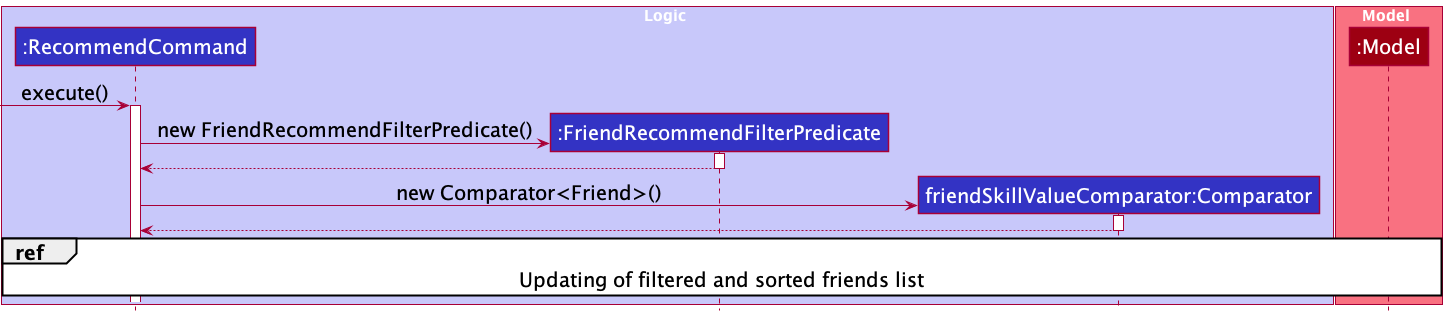
The PlantUML diagram docs/images/RecommendCommandSequenceDiagram1.png in nus-cs2103-AY2122S1/tp, before a commit. Its diagram source:
```plantuml
@startuml
!include style.puml
skinparam defaultFontSize 20

box Logic LOGIC_COLOR_T1
participant ":RecommendCommand" as RecommendCommand LOGIC_COLOR
participant ":FriendRecommendFilterPredicate" as FriendRecommendFilterPredicate LOGIC_COLOR
participant "friendSkillValueComparator:Comparator" as Comparator LOGIC_COLOR
end box

box Model MODEL_COLOR_T1
participant ":Model" as Model MODEL_COLOR
end box

-> RecommendCommand: execute()
activate RecommendCommand

create FriendRecommendFilterPredicate
RecommendCommand -> FriendRecommendFilterPredicate: new FriendRecommendFilterPredicate()
activate FriendRecommendFilterPredicate

RecommendCommand <-- FriendRecommendFilterPredicate
deactivate FriendRecommendFilterPredicate

create Comparator
RecommendCommand -> Comparator: new Comparator<Friend>()
activate Comparator

RecommendCommand <-- Comparator
deactivate Comparator

ref over RecommendCommand, Model: Updating of filtered and sorted friends list

@enduml
```
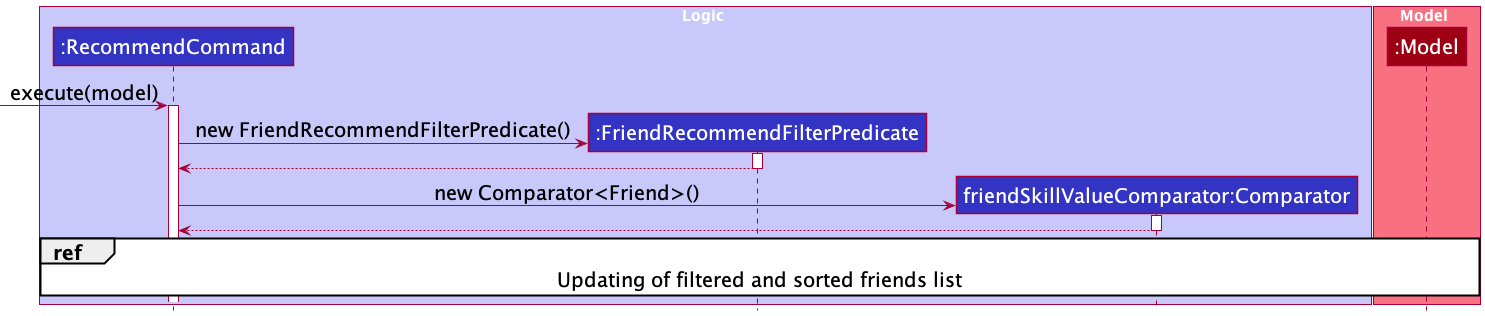
Later version of the same file.

Diff of the diagram source:
```diff
@@ -12,7 +12,7 @@
 participant ":Model" as Model MODEL_COLOR
 end box
 
--> RecommendCommand: execute()
+-> RecommendCommand: execute(model)
 activate RecommendCommand
 
 create FriendRecommendFilterPredicate
```
